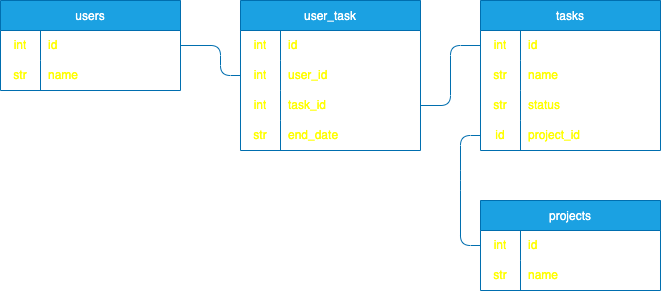
Earlier version of the draw.io export dbdiagram.png (irakush/kanban-board). Source tidied: cells renumbered, new cells last; positions are measured from the earlier drawing's top-left corner, leaving out a move shared by most shapes.
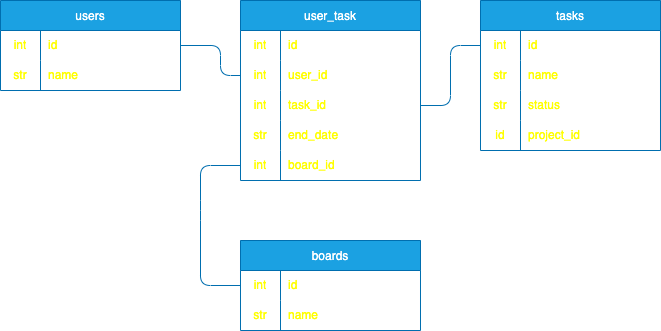
The same diagram one commit later.

Commit message:
add board fronntend screen

What changed in the source:
```diff
@@ -63,7 +63,7 @@
       <mxGeometry x="40" width="140" height="30" as="geometry" />
     </mxCell>
     <mxCell id="22" value="user_task" style="shape=table;startSize=30;rowLines=0;fontStyle=0;fillColor=#1ba1e2;fontColor=#ffffff;strokeColor=#006EAF;" parent="1" vertex="1">
-      <mxGeometry x="240" width="180" height="150" as="geometry" />
+      <mxGeometry x="240" width="180" height="180" as="geometry" />
     </mxCell>
     <mxCell id="23" style="shape=tableRow;horizontal=0;startSize=0;swimlaneHead=0;swimlaneBody=0;top=0;left=0;bottom=0;right=0;fillColor=none;" parent="22" vertex="1">
       <mxGeometry y="30" width="180" height="30" as="geometry" />
@@ -101,8 +101,17 @@
     <mxCell id="34" value="end_date" style="shape=partialRectangle;html=1;whiteSpace=wrap;fillColor=none;top=0;left=0;bottom=0;right=0;align=left;spacingLeft=6;overflow=hidden;fontColor=#FFFF00;" parent="32" vertex="1">
       <mxGeometry x="40" width="140" height="30" as="geometry" />
     </mxCell>
+    <mxCell id="45" style="shape=tableRow;horizontal=0;startSize=0;swimlaneHead=0;swimlaneBody=0;top=0;left=0;bottom=0;right=0;fillColor=none;points=[[0,0.5],[1,0.5]];portConstraint=eastwest;" parent="22" vertex="1">
+      <mxGeometry y="150" width="180" height="30" as="geometry" />
+    </mxCell>
+    <mxCell id="46" value="int" style="shape=partialRectangle;html=1;whiteSpace=wrap;fillColor=none;top=0;left=0;bottom=0;right=0;overflow=hidden;fontColor=#FFFF00;" parent="45" vertex="1">
+      <mxGeometry width="40" height="30" as="geometry" />
+    </mxCell>
+    <mxCell id="47" value="board_id" style="shape=partialRectangle;html=1;whiteSpace=wrap;fillColor=none;top=0;left=0;bottom=0;right=0;align=left;spacingLeft=6;overflow=hidden;fontColor=#FFFF00;" parent="45" vertex="1">
+      <mxGeometry x="40" width="140" height="30" as="geometry" />
+    </mxCell>
-    <mxCell id="35" value="projects" style="shape=table;startSize=30;rowLines=0;fontStyle=0;fillColor=#1ba1e2;fontColor=#ffffff;strokeColor=#006EAF;" parent="1" vertex="1">
-      <mxGeometry x="480" y="200" width="180" height="90" as="geometry" />
+    <mxCell id="35" value="boards" style="shape=table;startSize=30;rowLines=0;fontStyle=0;fillColor=#1ba1e2;fontColor=#ffffff;strokeColor=#006EAF;" parent="1" vertex="1">
+      <mxGeometry x="240" y="240" width="180" height="90" as="geometry" />
     </mxCell>
     <mxCell id="36" style="shape=tableRow;horizontal=0;startSize=0;swimlaneHead=0;swimlaneBody=0;top=0;left=0;bottom=0;right=0;fillColor=none;points=[[0,0.5],[1,0.5]];portConstraint=eastwest;" parent="35" vertex="1">
       <mxGeometry y="30" width="180" height="30" as="geometry" />
@@ -138,12 +147,12 @@
         </Array>
       </mxGeometry>
     </mxCell>
-    <mxCell id="44" style="edgeStyle=none;html=1;exitX=0;exitY=0.5;exitDx=0;exitDy=0;entryX=0;entryY=0.5;entryDx=0;entryDy=0;endArrow=none;endFill=0;fillColor=#1ba1e2;strokeColor=#006EAF;" parent="1" edge="1" source="36" target="19">
+    <mxCell id="44" style="edgeStyle=none;html=1;exitX=0;exitY=0.5;exitDx=0;exitDy=0;entryX=0;entryY=0.5;entryDx=0;entryDy=0;endArrow=none;endFill=0;fillColor=#1ba1e2;strokeColor=#006EAF;" parent="1" edge="1" source="36" target="45">
       <mxGeometry relative="1" as="geometry">
         <Array as="points">
-          <mxPoint x="460" y="245" />
-          <mxPoint x="460" y="180" />
-          <mxPoint x="460" y="135" />
+          <mxPoint x="200" y="285" />
+          <mxPoint x="200" y="210" />
+          <mxPoint x="200" y="165" />
         </Array>
       </mxGeometry>
     </mxCell>
```
